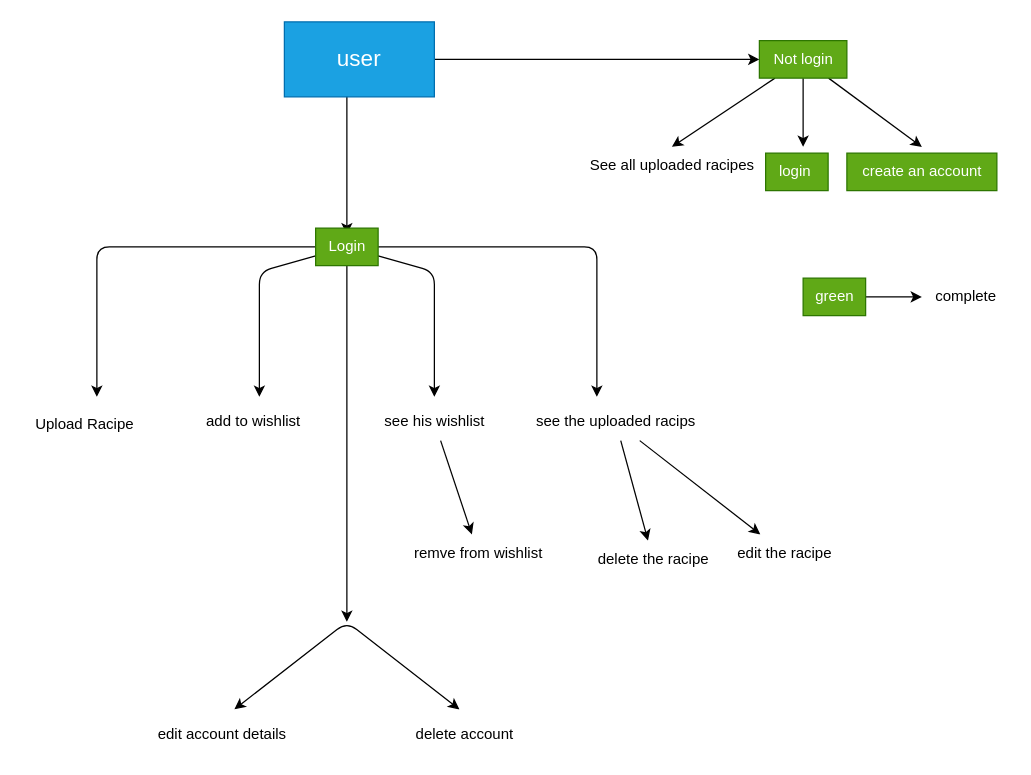
Before: planning.drawio in aamir-067/racipe-project, a draw.io diagram. Source tidied: cells renumbered, new cells numbered last; positions are measured from the earlier drawing's top-left corner, leaving out a move shared by most shapes. Both pictures are drawn from the tidied source at 125%, with x=0, y=0 at pixel (21, 21).
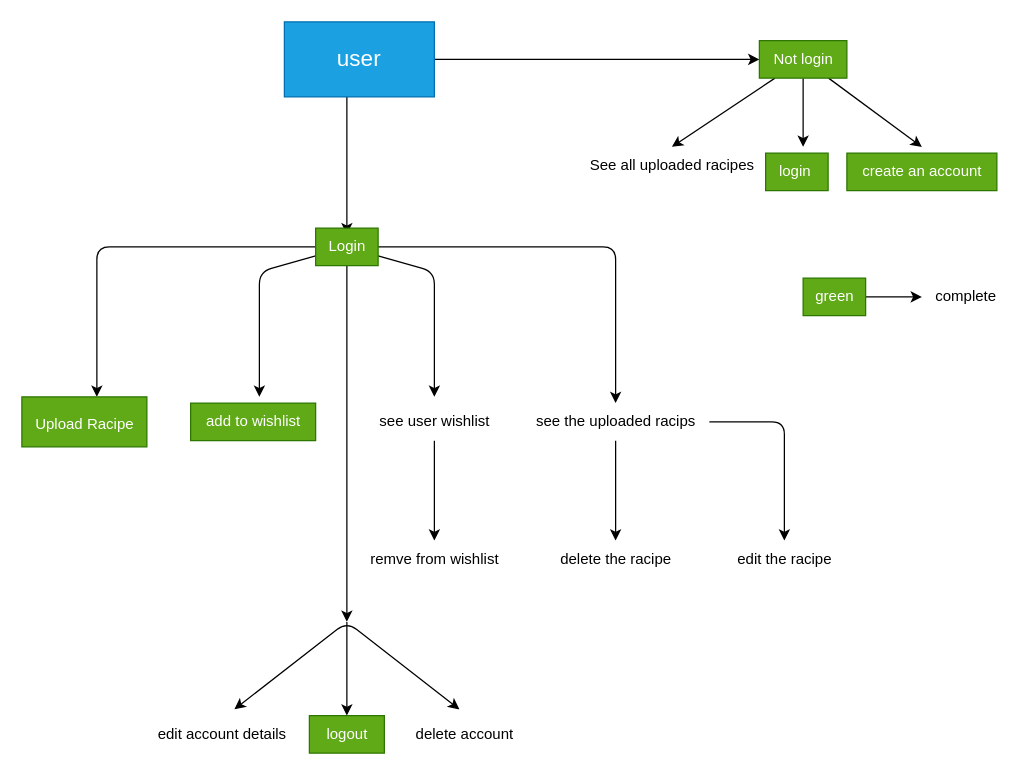
The same diagram, later.

Commit message (it also covers changes not shown here):
added add-to-wishlist endpoint

The change refers to these unchanged cells:
```xml
<mxCell id="9" value="Login" style="text;html=1;align=center;verticalAlign=middle;points=[];strokeColor=#2D7600;fillColor=#60a917;fontColor=#ffffff;" parent="1" vertex="1">
  <mxGeometry x="235" y="165" width="50" height="30" as="geometry" />
</mxCell>
<mxCell id="21" value="see the uploaded racips" style="text;html=1;align=center;verticalAlign=middle;points=[];strokeColor=none;fillColor=none;fontSize=12;" parent="1" vertex="1">
  <mxGeometry x="400" y="305" width="150" height="30" as="geometry" />
</mxCell>
```

The edit, as a diff of the source:
```diff
@@
-    <mxCell id="7" style="edgeStyle=none;html=1;fontSize=12;" parent="1" edge="1" source="9">
+    <mxCell id="7" style="edgeStyle=none;html=1;fontSize=12;" parent="1" edge="1" source="9" target="21">
       <mxGeometry relative="1" as="geometry">
-        <mxPoint x="460" y="300" as="targetPoint" />
         <Array as="points">
-          <mxPoint x="460" y="180" />
+          <mxPoint x="475" y="180" />
         </Array>
       </mxGeometry>
     </mxCell>
@@
-    <mxCell id="15" value="&lt;font style=&quot;font-size: 12px;&quot;&gt;Upload Racipe&lt;/font&gt;" style="text;html=1;align=center;verticalAlign=middle;strokeColor=none;fillColor=none;fontSize=18;" parent="1" vertex="1">
+    <mxCell id="15" value="&lt;font style=&quot;font-size: 12px;&quot;&gt;Upload Racipe&lt;/font&gt;" style="text;html=1;align=center;verticalAlign=middle;strokeColor=#2D7600;fillColor=#60a917;fontSize=18;fontColor=#ffffff;" parent="1" vertex="1">
       <mxGeometry y="300" width="100" height="40" as="geometry" />
     </mxCell>
-    <mxCell id="16" value="add to wishlist" style="text;html=1;align=center;verticalAlign=middle;strokeColor=none;fillColor=none;fontSize=12;" parent="1" vertex="1">
+    <mxCell id="16" value="add to wishlist" style="text;html=1;align=center;verticalAlign=middle;strokeColor=#2D7600;fillColor=#60a917;fontSize=12;fontColor=#ffffff;" parent="1" vertex="1">
       <mxGeometry x="135" y="305" width="100" height="30" as="geometry" />
     </mxCell>
@@
-    <mxCell id="18" value="see his wishlist" style="text;html=1;align=center;verticalAlign=middle;points=[];strokeColor=none;fillColor=none;fontSize=12;" parent="1" vertex="1">
-      <mxGeometry x="280" y="305" width="100" height="30" as="geometry" />
+    <mxCell id="18" value="see user wishlist" style="text;html=1;align=center;verticalAlign=middle;points=[];strokeColor=none;fillColor=none;fontSize=12;" parent="1" vertex="1">
+      <mxGeometry x="275" y="305" width="110" height="30" as="geometry" />
     </mxCell>
@@
     <mxCell id="20" style="edgeStyle=none;html=1;fontSize=12;" parent="1" edge="1" source="21" target="26">
-      <mxGeometry relative="1" as="geometry" />
+      <mxGeometry relative="1" as="geometry">
+        <Array as="points">
+          <mxPoint x="610" y="320" />
+        </Array>
+      </mxGeometry>
     </mxCell>
@@
     <mxCell id="25" value="delete the racipe" style="text;html=1;align=center;verticalAlign=middle;points=[];strokeColor=none;fillColor=none;fontSize=12;" parent="1" vertex="1">
-      <mxGeometry x="450" y="415" width="110" height="30" as="geometry" />
+      <mxGeometry x="420" y="415" width="110" height="30" as="geometry" />
     </mxCell>
     <mxCell id="26" value="edit the racipe" style="text;html=1;align=center;verticalAlign=middle;points=[];strokeColor=none;fillColor=none;fontSize=12;" parent="1" vertex="1">
-      <mxGeometry x="560" y="410" width="100" height="30" as="geometry" />
+      <mxGeometry x="560" y="415" width="100" height="30" as="geometry" />
     </mxCell>
     <mxCell id="27" value="remve from wishlist" style="text;html=1;align=center;verticalAlign=middle;points=[];strokeColor=none;fillColor=none;fontSize=12;" parent="1" vertex="1">
-      <mxGeometry x="300" y="410" width="130" height="30" as="geometry" />
+      <mxGeometry x="265" y="415" width="130" height="30" as="geometry" />
     </mxCell>
@@
+    <mxCell id="34" value="logout" style="text;html=1;align=center;verticalAlign=middle;points=[];strokeColor=#2D7600;fillColor=#60a917;fontColor=#ffffff;" parent="1" vertex="1">
+      <mxGeometry x="230" y="555" width="60" height="30" as="geometry" />
+    </mxCell>
+    <mxCell id="35" style="endArrow=classic;html=1;" parent="1" edge="1" target="34">
+      <mxGeometry relative="1" as="geometry">
+        <mxPoint x="260" y="480" as="sourcePoint" />
+      </mxGeometry>
+    </mxCell>
```
